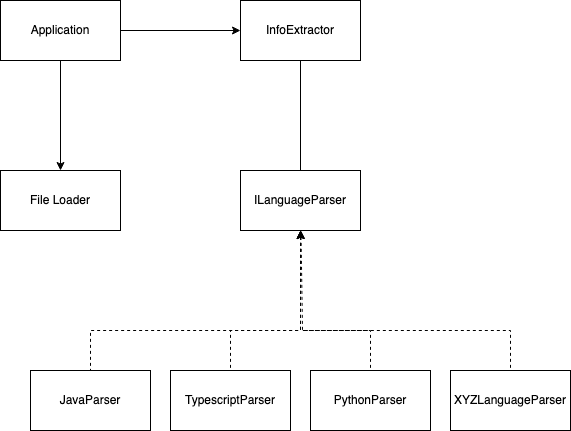
Before: images/design-diagram.png, a diagram exported from draw.io (gurleensethi/CodeInfoExtractor). Source tidied: cells renumbered, new cells last; positions are measured from the earlier drawing's top-left corner, leaving out a move shared by most shapes.
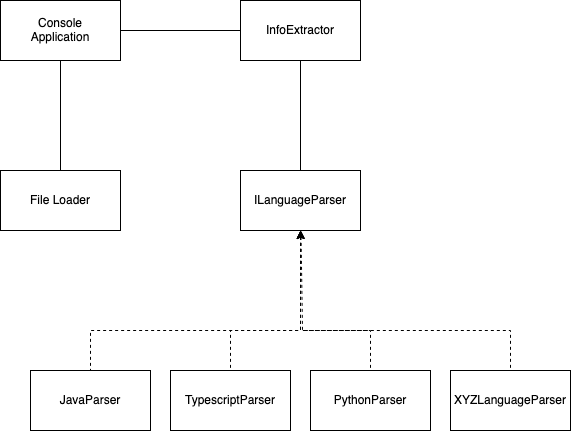
The same diagram one commit later.

Commit message:
artifact: update design diagram.

Change to the diagram source:
```diff
@@ -5,13 +5,13 @@
     <mxCell id="2" value="File Loader" style="rounded=0;whiteSpace=wrap;html=1;" parent="1" vertex="1">
       <mxGeometry y="170" width="120" height="60" as="geometry" />
     </mxCell>
-    <mxCell id="3" style="rounded=0;jettySize=auto;html=1;entryX=0;entryY=0.5;entryDx=0;entryDy=0;exitX=1;exitY=0.5;exitDx=0;exitDy=0;endArrow=classic;endFill=1;" parent="1" edge="1" source="5" target="6">
+    <mxCell id="3" style="rounded=0;jettySize=auto;html=1;entryX=0;entryY=0.5;entryDx=0;entryDy=0;exitX=1;exitY=0.5;exitDx=0;exitDy=0;endArrow=none;endFill=0;" parent="1" edge="1" source="5" target="6">
       <mxGeometry relative="1" as="geometry" />
     </mxCell>
-    <mxCell id="4" style="edgeStyle=none;rounded=0;jettySize=auto;html=1;startArrow=none;startFill=0;endArrow=classic;endFill=1;" parent="1" edge="1" source="5" target="2">
+    <mxCell id="4" style="edgeStyle=none;rounded=0;jettySize=auto;html=1;startArrow=none;startFill=0;endArrow=none;endFill=0;" parent="1" edge="1" source="5" target="2">
       <mxGeometry relative="1" as="geometry" />
     </mxCell>
-    <mxCell id="5" value="Application" style="rounded=0;whiteSpace=wrap;html=1;" parent="1" vertex="1">
+    <mxCell id="5" value="&lt;div&gt;Console&lt;/div&gt;&lt;div&gt;Application&lt;/div&gt;" style="rounded=0;whiteSpace=wrap;html=1;" parent="1" vertex="1">
       <mxGeometry width="120" height="60" as="geometry" />
     </mxCell>
     <mxCell id="6" value="InfoExtractor" style="rounded=0;whiteSpace=wrap;html=1;" parent="1" vertex="1">
```
